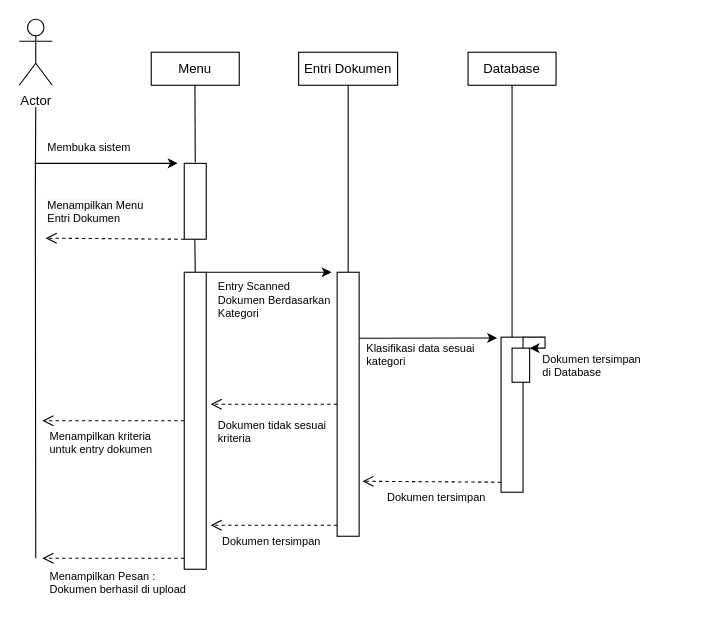
This is UML/Scanned Document/Diagram Sequence Entri Data.drawio from batdrr/tugas-kuliah, a draw.io file, before an edit. Source tidied: cells renumbered, new cells numbered last; positions are measured from the earlier drawing's top-left corner, leaving out a move shared by most shapes. Both pictures are drawn from the tidied source at 110%, with x=0, y=0 at pixel (19, 19).
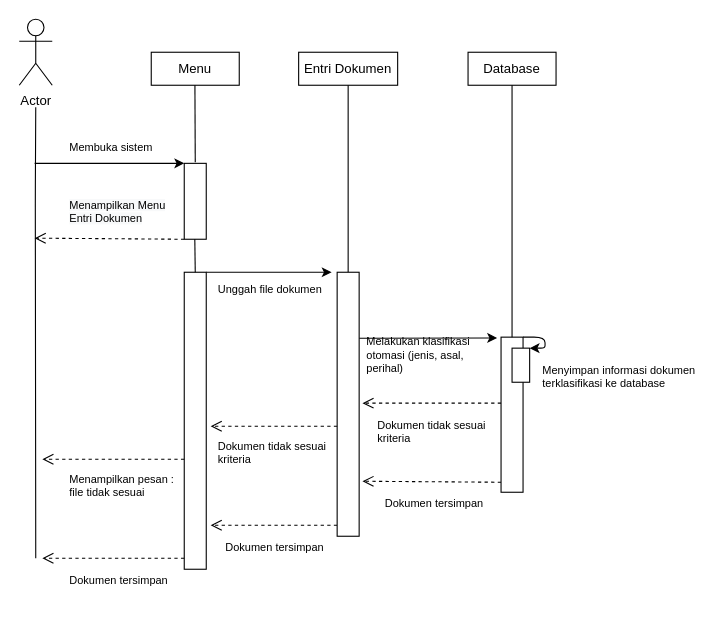
The same diagram, later.

Commit message (it also covers changes not shown here):
Update Scanned Document & Kusaku.zip

The edit, as a diff of the source:
```diff
@@
-    <mxCell id="3" value="Menu" style="rounded=0;whiteSpace=wrap;html=1;" parent="1" vertex="1">
+    <mxCell id="3" value="Menu" style="whiteSpace=wrap;html=1;" parent="1" vertex="1">
       <mxGeometry x="120" y="30" width="80" height="30" as="geometry" />
     </mxCell>
-    <mxCell id="4" value="Entri Dokumen" style="rounded=0;whiteSpace=wrap;html=1;" parent="1" vertex="1">
+    <mxCell id="4" value="Entri Dokumen" style="whiteSpace=wrap;html=1;" parent="1" vertex="1">
       <mxGeometry x="254" y="30" width="90" height="30" as="geometry" />
     </mxCell>
-    <mxCell id="5" value="Database" style="rounded=0;whiteSpace=wrap;html=1;" parent="1" vertex="1">
+    <mxCell id="5" value="Database" style="whiteSpace=wrap;html=1;" parent="1" vertex="1">
       <mxGeometry x="408" y="30" width="80" height="30" as="geometry" />
     </mxCell>
-    <mxCell id="6" style="rounded=0;whiteSpace=wrap;html=1;" parent="1" vertex="1">
+    <mxCell id="6" style="whiteSpace=wrap;html=1;" parent="1" vertex="1">
       <mxGeometry x="150" y="131" width="20" height="69" as="geometry" />
     </mxCell>
-    <mxCell id="7" style="edgeStyle=orthogonalEdgeStyle;rounded=0;jettySize=auto;html=1;exitX=1;exitY=0;exitDx=0;exitDy=0;fontSize=10;align=left;" parent="1" edge="1" source="8">
+    <mxCell id="7" style="edgeStyle=orthogonalEdgeStyle;jettySize=auto;html=1;exitX=1;exitY=0;exitDx=0;exitDy=0;fontSize=10;align=left;" parent="1" edge="1" source="8">
       <mxGeometry relative="1" as="geometry">
         <mxPoint x="464" y="299" as="targetPoint" />
         <Array as="points">
           <mxPoint x="478" y="289" />
           <mxPoint x="478" y="299" />
         </Array>
       </mxGeometry>
     </mxCell>
-    <mxCell id="8" style="rounded=0;whiteSpace=wrap;html=1;" parent="1" vertex="1">
+    <mxCell id="8" style="whiteSpace=wrap;html=1;" parent="1" vertex="1">
       <mxGeometry x="438" y="289" width="20" height="141" as="geometry" />
     </mxCell>
-    <mxCell id="9" style="endArrow=none;html=1;rounded=0;exitX=0.5;exitY=1;exitDx=0;exitDy=0;entryX=0.5;entryY=0;entryDx=0;entryDy=0;" parent="1" edge="1" source="5" target="8">
+    <mxCell id="9" style="endArrow=none;html=1;exitX=0.5;exitY=1;exitDx=0;exitDy=0;entryX=0.5;entryY=0;entryDx=0;entryDy=0;" parent="1" edge="1" source="5" target="8">
       <mxGeometry relative="1" as="geometry" />
     </mxCell>
-    <mxCell id="10" style="endArrow=none;html=1;rounded=0;exitX=0.5;exitY=1;exitDx=0;exitDy=0;entryX=0.5;entryY=0;entryDx=0;entryDy=0;" parent="1" edge="1" source="4" target="19">
+    <mxCell id="10" style="endArrow=none;html=1;exitX=0.5;exitY=1;exitDx=0;exitDy=0;entryX=0.5;entryY=0;entryDx=0;entryDy=0;" parent="1" edge="1" source="4" target="19">
       <mxGeometry relative="1" as="geometry" />
     </mxCell>
-    <mxCell id="11" value="Membuka sistem" style="text;html=1;strokeColor=none;fillColor=none;align=left;verticalAlign=middle;whiteSpace=wrap;rounded=0;fontSize=10;" parent="1" vertex="1">
-      <mxGeometry x="24" y="101" width="80" height="30" as="geometry" />
+    <mxCell id="11" value="Membuka sistem" style="text;html=1;strokeColor=none;fillColor=none;align=left;verticalAlign=middle;whiteSpace=wrap;fontSize=10;" parent="1" vertex="1">
+      <mxGeometry x="44" y="101" width="80" height="30" as="geometry" />
     </mxCell>
-    <mxCell id="12" style="endArrow=none;html=1;rounded=0;" parent="1" edge="1">
+    <mxCell id="12" style="endArrow=none;html=1;" parent="1" edge="1">
       <mxGeometry relative="1" as="geometry">
         <mxPoint x="15" y="490" as="sourcePoint" />
         <mxPoint x="15" y="80" as="targetPoint" />
         <Array as="points">
           <mxPoint x="14.6" y="161" />
         </Array>
       </mxGeometry>
     </mxCell>
-    <mxCell id="13" style="endArrow=classic;html=1;rounded=0;" parent="1" edge="1">
+    <mxCell id="13" style="endArrow=classic;html=1;entryX=0;entryY=0;entryDx=0;entryDy=0;" parent="1" edge="1" target="6">
       <mxGeometry relative="1" as="geometry">
         <mxPoint x="14" y="131" as="sourcePoint" />
-        <mxPoint x="144" y="131" as="targetPoint" />
       </mxGeometry>
     </mxCell>
-    <mxCell id="14" style="endArrow=classic;html=1;rounded=0;entryX=0.971;entryY=-0.01;entryDx=0;entryDy=0;exitX=1;exitY=0.25;exitDx=0;exitDy=0;entryPerimeter=0;" parent="1" edge="1" source="19" target="15">
+    <mxCell id="14" style="endArrow=classic;html=1;entryX=0.971;entryY=-0.01;entryDx=0;entryDy=0;exitX=1;exitY=0.25;exitDx=0;exitDy=0;entryPerimeter=0;" parent="1" edge="1" source="19" target="15">
       <mxGeometry relative="1" as="geometry" />
     </mxCell>
-    <mxCell id="15" value="&lt;div style=&quot;font-size: 10px&quot;&gt;&lt;span style=&quot;font-size: 10px&quot;&gt;Klasifikasi data sesuai&lt;/span&gt;&lt;/div&gt;&lt;div style=&quot;font-size: 10px&quot;&gt;&lt;span style=&quot;font-size: 10px&quot;&gt;kategori&lt;/span&gt;&lt;/div&gt;" style="text;html=1;strokeColor=none;fillColor=none;align=left;verticalAlign=middle;whiteSpace=wrap;rounded=0;fontSize=10;" parent="1" vertex="1">
+    <mxCell id="15" value="&lt;div style=&quot;font-size: 10px&quot;&gt;&lt;span style=&quot;font-size: 10px&quot;&gt;Melakukan klasifikasi otomasi (jenis, asal, perihal)&lt;/span&gt;&lt;/div&gt;" style="text;html=1;strokeColor=none;fillColor=none;align=left;verticalAlign=middle;whiteSpace=wrap;fontSize=10;" parent="1" vertex="1">
       <mxGeometry x="314" y="290" width="124" height="30" as="geometry" />
     </mxCell>
-    <mxCell id="16" style="html=1;verticalAlign=bottom;endArrow=open;dashed=1;endSize=8;rounded=0;fontSize=10;exitX=0;exitY=0.25;exitDx=0;exitDy=0;align=left;" parent="1" edge="1">
+    <mxCell id="16" style="html=1;verticalAlign=bottom;endArrow=open;dashed=1;endSize=8;fontSize=10;exitX=0;exitY=0.25;exitDx=0;exitDy=0;align=left;" parent="1" edge="1">
       <mxGeometry x="0.99" y="50" relative="1" as="geometry">
         <mxPoint x="438" y="420.9" as="sourcePoint" />
         <mxPoint x="312" y="420" as="targetPoint" />
       </mxGeometry>
     </mxCell>
-    <mxCell id="17" style="html=1;verticalAlign=bottom;endArrow=open;dashed=1;endSize=8;rounded=0;fontSize=10;exitX=0;exitY=1;exitDx=0;exitDy=0;align=left;" parent="1" edge="1">
+    <mxCell id="17" style="html=1;verticalAlign=bottom;endArrow=open;dashed=1;endSize=8;fontSize=10;exitX=0;exitY=1;exitDx=0;exitDy=0;align=left;" parent="1" edge="1">
       <mxGeometry x="0.76" y="-10" relative="1" as="geometry">
         <mxPoint x="289" y="460" as="sourcePoint" />
         <mxPoint x="174" y="460" as="targetPoint" />
       </mxGeometry>
     </mxCell>
-    <mxCell id="18" style="rounded=0;whiteSpace=wrap;html=1;" parent="1" vertex="1">
+    <mxCell id="18" style="whiteSpace=wrap;html=1;" parent="1" vertex="1">
       <mxGeometry x="150" y="230" width="20" height="270" as="geometry" />
     </mxCell>
-    <mxCell id="19" style="rounded=0;whiteSpace=wrap;html=1;" parent="1" vertex="1">
+    <mxCell id="19" style="whiteSpace=wrap;html=1;" parent="1" vertex="1">
       <mxGeometry x="289" y="230" width="20" height="240" as="geometry" />
     </mxCell>
-    <mxCell id="20" style="endArrow=classic;html=1;rounded=0;" parent="1" edge="1">
+    <mxCell id="20" style="endArrow=classic;html=1;" parent="1" edge="1">
       <mxGeometry relative="1" as="geometry">
         <mxPoint x="170" y="230" as="sourcePoint" />
         <mxPoint x="284" y="230" as="targetPoint" />
       </mxGeometry>
     </mxCell>
-    <mxCell id="21" value="&lt;div style=&quot;font-size: 10px&quot;&gt;&lt;span style=&quot;font-size: 10px&quot;&gt;Entry Scanned&lt;/span&gt;&lt;/div&gt;&lt;div style=&quot;font-size: 10px&quot;&gt;&lt;span style=&quot;font-size: 10px&quot;&gt;Dokumen Berdasarkan&lt;/span&gt;&lt;/div&gt;&lt;div style=&quot;font-size: 10px&quot;&gt;&lt;span style=&quot;font-size: 10px&quot;&gt;Kategori&lt;/span&gt;&lt;/div&gt;" style="text;html=1;strokeColor=none;fillColor=none;align=left;verticalAlign=middle;whiteSpace=wrap;rounded=0;fontSize=10;" parent="1" vertex="1">
-      <mxGeometry x="179" y="240" width="105" height="30" as="geometry" />
+    <mxCell id="21" value="&lt;div style=&quot;font-size: 10px&quot;&gt;Unggah file dokumen&lt;/div&gt;" style="text;html=1;strokeColor=none;fillColor=none;align=left;verticalAlign=middle;whiteSpace=wrap;fontSize=10;" parent="1" vertex="1">
+      <mxGeometry x="179" y="230" width="105" height="30" as="geometry" />
     </mxCell>
-    <mxCell id="22" value="&lt;span style=&quot;background-color: rgb(248 , 249 , 250)&quot;&gt;Menampilkan Menu&lt;/span&gt;&lt;br style=&quot;background-color: rgb(248 , 249 , 250)&quot;&gt;&lt;span style=&quot;background-color: rgb(248 , 249 , 250)&quot;&gt;Entri Dokumen&lt;/span&gt;" style="html=1;verticalAlign=bottom;endArrow=open;dashed=1;endSize=8;rounded=0;fontSize=10;exitX=0;exitY=0.25;exitDx=0;exitDy=0;align=left;" parent="1" edge="1">
-      <mxGeometry x="1" y="-9" relative="1" as="geometry">
+    <mxCell id="22" value="&lt;span style=&quot;background-color: rgb(248 , 249 , 250)&quot;&gt;Menampilkan Menu&lt;/span&gt;&lt;br style=&quot;background-color: rgb(248 , 249 , 250)&quot;&gt;&lt;span style=&quot;background-color: rgb(248 , 249 , 250)&quot;&gt;Entri Dokumen&lt;/span&gt;" style="html=1;verticalAlign=bottom;endArrow=open;dashed=1;endSize=8;fontSize=10;exitX=0;exitY=0.25;exitDx=0;exitDy=0;align=left;" parent="1" edge="1">
+      <mxGeometry x="0.56" y="-9" relative="1" as="geometry">
         <mxPoint x="150" y="200" as="sourcePoint" />
-        <mxPoint x="24" y="199" as="targetPoint" />
+        <mxPoint x="14" y="199" as="targetPoint" />
       </mxGeometry>
     </mxCell>
-    <mxCell id="23" style="endArrow=none;html=1;rounded=0;fontSize=10;align=left;exitX=0.5;exitY=0;exitDx=0;exitDy=0;" parent="1" edge="1" source="18">
+    <mxCell id="23" style="endArrow=none;html=1;fontSize=10;align=left;exitX=0.5;exitY=0;exitDx=0;exitDy=0;" parent="1" edge="1" source="18">
       <mxGeometry relative="1" as="geometry">
         <mxPoint x="159.6" y="200" as="targetPoint" />
       </mxGeometry>
     </mxCell>
-    <mxCell id="24" value="&lt;span style=&quot;&quot;&gt;Dokumen tersimpan&lt;br&gt;di Database&lt;br&gt;&lt;/span&gt;" style="text;html=1;align=left;verticalAlign=middle;strokeColor=none;fillColor=none;fontSize=10;" parent="1" vertex="1">
-      <mxGeometry x="474" y="299.5" width="100" height="30" as="geometry" />
+    <mxCell id="24" value="&lt;span&gt;Menyimpan informasi dokumen&lt;br&gt;terklasifikasi ke database&lt;br&gt;&lt;/span&gt;" style="text;html=1;align=left;verticalAlign=middle;strokeColor=none;fillColor=none;fontSize=10;" parent="1" vertex="1">
+      <mxGeometry x="474" y="310" width="150" height="30" as="geometry" />
     </mxCell>
-    <mxCell id="25" style="rounded=0;whiteSpace=wrap;html=1;" parent="1" vertex="1">
+    <mxCell id="25" style="whiteSpace=wrap;html=1;" parent="1" vertex="1">
       <mxGeometry x="448" y="299" width="16" height="31" as="geometry" />
     </mxCell>
     <mxCell id="26" value="&lt;span style=&quot;text-align: left&quot;&gt;Dokumen tersimpan&lt;/span&gt;" style="text;html=1;align=center;verticalAlign=middle;strokeColor=none;fillColor=none;fontSize=10;" parent="1" vertex="1">
-      <mxGeometry x="179" y="464" width="100" height="20" as="geometry" />
+      <mxGeometry x="181.5" y="470" width="100" height="20" as="geometry" />
     </mxCell>
-    <mxCell id="27" value="&lt;span&gt;Menampilkan Pesan :&lt;br&gt;&lt;div&gt;&lt;span&gt;Dokumen berhasil di upload&lt;/span&gt;&lt;/div&gt;&lt;/span&gt;" style="text;html=1;align=left;verticalAlign=middle;strokeColor=none;fillColor=none;fontSize=10;" parent="1" vertex="1">
-      <mxGeometry x="26" y="497" width="140" height="30" as="geometry" />
+    <mxCell id="27" value="Dokumen tersimpan" style="text;html=1;align=left;verticalAlign=middle;strokeColor=none;fillColor=none;fontSize=10;" parent="1" vertex="1">
+      <mxGeometry x="44" y="500" width="100" height="20" as="geometry" />
     </mxCell>
     <mxCell id="28" value="&lt;span style=&quot;text-align: left&quot;&gt;Dokumen tersimpan&lt;/span&gt;" style="text;html=1;align=center;verticalAlign=middle;strokeColor=none;fillColor=none;fontSize=10;" parent="1" vertex="1">
-      <mxGeometry x="329" y="424" width="100" height="20" as="geometry" />
+      <mxGeometry x="327" y="430" width="100" height="20" as="geometry" />
     </mxCell>
-    <mxCell id="29" style="html=1;verticalAlign=bottom;endArrow=open;dashed=1;endSize=8;rounded=0;fontSize=10;exitX=0;exitY=1;exitDx=0;exitDy=0;align=left;" parent="1" edge="1">
+    <mxCell id="29" style="html=1;verticalAlign=bottom;endArrow=open;dashed=1;endSize=8;fontSize=10;exitX=0;exitY=1;exitDx=0;exitDy=0;align=left;" parent="1" edge="1">
       <mxGeometry x="0.76" y="-10" relative="1" as="geometry">
-        <mxPoint x="289" y="350" as="sourcePoint" />
-        <mxPoint x="174" y="350" as="targetPoint" />
+        <mxPoint x="289" y="370" as="sourcePoint" />
+        <mxPoint x="174" y="370" as="targetPoint" />
       </mxGeometry>
     </mxCell>
-    <mxCell id="30" value="&lt;div style=&quot;font-size: 10px&quot;&gt;Dokumen tidak sesuai&lt;/div&gt;&lt;div style=&quot;font-size: 10px&quot;&gt;kriteria&lt;/div&gt;" style="text;html=1;strokeColor=none;fillColor=none;align=left;verticalAlign=middle;whiteSpace=wrap;rounded=0;fontSize=10;" parent="1" vertex="1">
-      <mxGeometry x="179" y="360" width="105" height="30" as="geometry" />
+    <mxCell id="30" value="&lt;div style=&quot;font-size: 10px&quot;&gt;Dokumen tidak sesuai&lt;/div&gt;&lt;div style=&quot;font-size: 10px&quot;&gt;kriteria&lt;/div&gt;" style="text;html=1;strokeColor=none;fillColor=none;align=left;verticalAlign=middle;whiteSpace=wrap;fontSize=10;" parent="1" vertex="1">
+      <mxGeometry x="179" y="379" width="105" height="30" as="geometry" />
     </mxCell>
-    <mxCell id="31" style="html=1;verticalAlign=bottom;endArrow=open;dashed=1;endSize=8;rounded=0;fontSize=10;align=left;exitX=0;exitY=0.5;exitDx=0;exitDy=0;" parent="1" edge="1" source="18">
+    <mxCell id="31" style="html=1;verticalAlign=bottom;endArrow=open;dashed=1;endSize=8;fontSize=10;align=left;exitX=0;exitY=0.5;exitDx=0;exitDy=0;" parent="1" edge="1">
       <mxGeometry x="0.76" y="-10" relative="1" as="geometry">
-        <mxPoint x="21" y="365" as="targetPoint" />
+        <mxPoint x="150" y="400" as="sourcePoint" />
+        <mxPoint x="21" y="400" as="targetPoint" />
       </mxGeometry>
     </mxCell>
-    <mxCell id="32" value="&lt;span&gt;Menampilkan kriteria&lt;br&gt;untuk entry dokumen&lt;br&gt;&lt;/span&gt;" style="text;html=1;align=left;verticalAlign=middle;strokeColor=none;fillColor=none;fontSize=10;" parent="1" vertex="1">
-      <mxGeometry x="26" y="370" width="110" height="30" as="geometry" />
+    <mxCell id="32" value="&lt;span&gt;Menampilkan pesan :&lt;br&gt;file tidak sesuai&lt;br&gt;&lt;/span&gt;" style="text;html=1;align=left;verticalAlign=middle;strokeColor=none;fillColor=none;fontSize=10;" parent="1" vertex="1">
+      <mxGeometry x="44" y="409" width="110" height="30" as="geometry" />
     </mxCell>
-    <mxCell id="33" style="endArrow=none;html=1;rounded=0;exitX=0.5;exitY=1;exitDx=0;exitDy=0;" parent="1" edge="1">
+    <mxCell id="33" style="endArrow=none;html=1;exitX=0.5;exitY=1;exitDx=0;exitDy=0;" parent="1" edge="1">
       <mxGeometry relative="1" as="geometry">
         <mxPoint x="159.7" y="60" as="sourcePoint" />
         <mxPoint x="160" y="130" as="targetPoint" />
       </mxGeometry>
     </mxCell>
-    <mxCell id="34" style="html=1;verticalAlign=bottom;endArrow=open;dashed=1;endSize=8;rounded=0;fontSize=10;align=left;exitX=0;exitY=0.5;exitDx=0;exitDy=0;" parent="1" edge="1">
+    <mxCell id="34" style="html=1;verticalAlign=bottom;endArrow=open;dashed=1;endSize=8;fontSize=10;align=left;exitX=0;exitY=0.5;exitDx=0;exitDy=0;" parent="1" edge="1">
       <mxGeometry x="0.76" y="-10" relative="1" as="geometry">
         <mxPoint x="150" y="490" as="sourcePoint" />
         <mxPoint x="21" y="490" as="targetPoint" />
       </mxGeometry>
     </mxCell>
+    <mxCell id="35" style="html=1;verticalAlign=bottom;endArrow=open;dashed=1;endSize=8;fontSize=10;align=left;" parent="1" edge="1">
+      <mxGeometry x="0.99" y="50" relative="1" as="geometry">
+        <mxPoint x="438" y="349" as="sourcePoint" />
+        <mxPoint x="312" y="349" as="targetPoint" />
+      </mxGeometry>
+    </mxCell>
+    <mxCell id="36" value="&lt;div style=&quot;font-size: 10px&quot;&gt;Dokumen tidak sesuai&lt;/div&gt;&lt;div style=&quot;font-size: 10px&quot;&gt;kriteria&lt;/div&gt;" style="text;html=1;strokeColor=none;fillColor=none;align=left;verticalAlign=middle;whiteSpace=wrap;fontSize=10;" parent="1" vertex="1">
+      <mxGeometry x="323.5" y="360" width="105" height="30" as="geometry" />
+    </mxCell>
```
